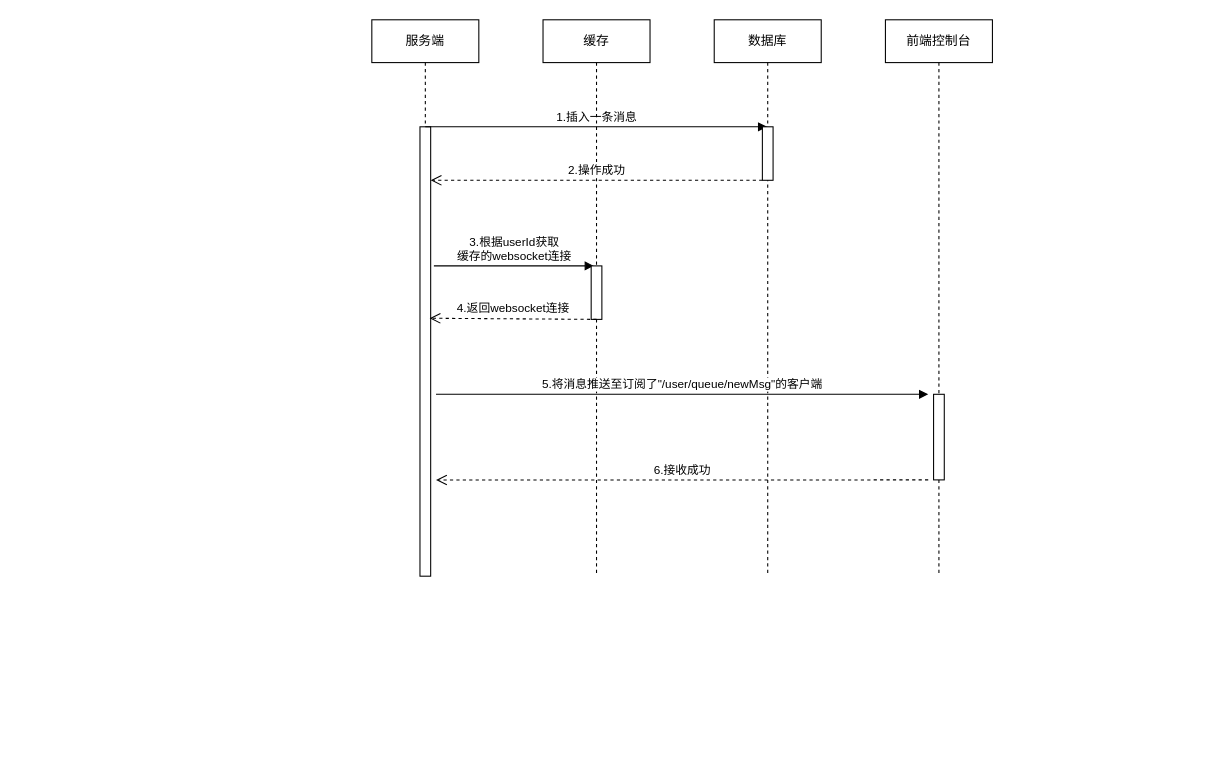
iceAcmen/myDesign keeps this draw.io diagram as page "后端推送" (2 of 3) of websocket消息推送设计.drawio. Above is the earlier version. Source tidied: cells renumbered, new cells numbered last; positions are measured from the earlier drawing's top-left corner, leaving out a move shared by most shapes. Both pictures are drawn from the tidied source at 107%, with x=0, y=0 at pixel (371, 19).
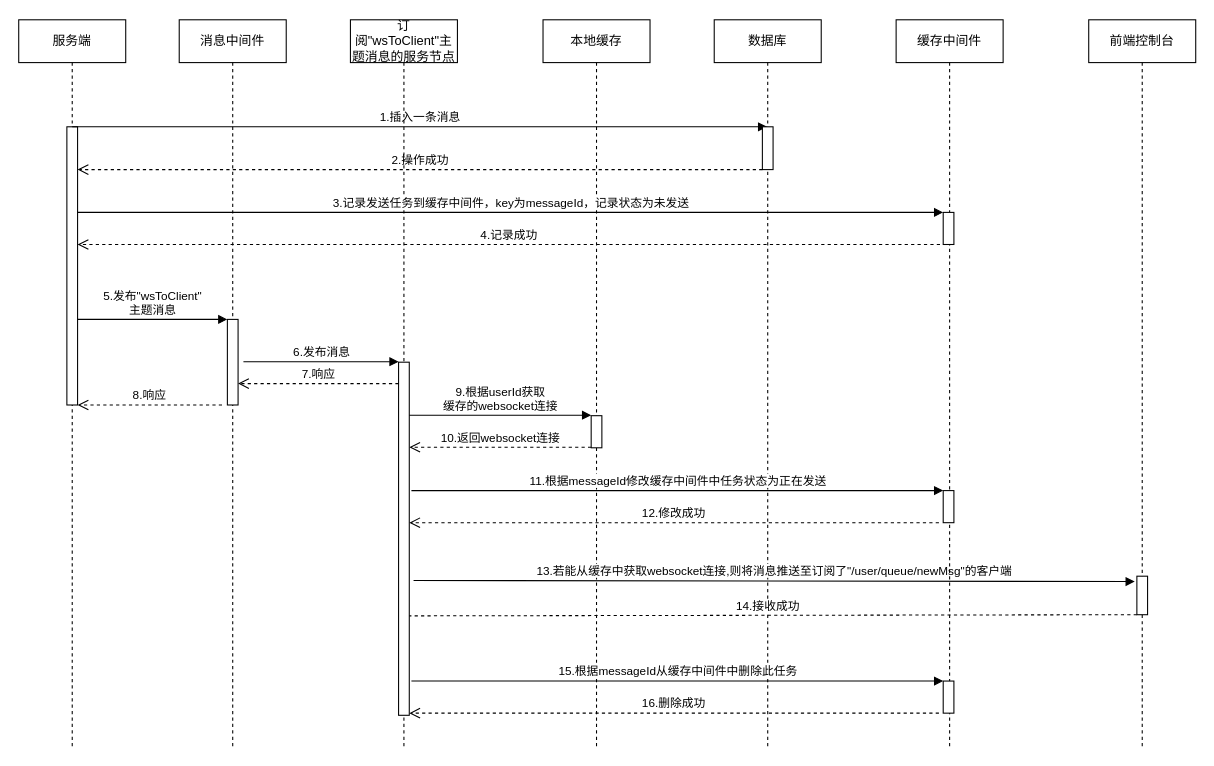
The same page after the edit.

Diff of the diagram source:
```diff
@@
     <mxCell id="2" value="前端控制台" style="shape=umlLifeline;perimeter=lifelinePerimeter;whiteSpace=wrap;html=1;" parent="1" vertex="1">
-      <mxGeometry x="480" width="100" height="520" as="geometry" />
+      <mxGeometry x="670" width="100" height="680" as="geometry" />
     </mxCell>
     <mxCell id="3" style="html=1;points=[];perimeter=orthogonalPerimeter;" parent="2" vertex="1">
-      <mxGeometry x="45" y="350" width="10" height="80" as="geometry" />
+      <mxGeometry x="45" y="520" width="10" height="36" as="geometry" />
     </mxCell>
     <mxCell id="4" value="服务端" style="shape=umlLifeline;perimeter=lifelinePerimeter;whiteSpace=wrap;html=1;" parent="1" vertex="1">
-      <mxGeometry width="100" height="520" as="geometry" />
+      <mxGeometry x="-330" width="100" height="680" as="geometry" />
     </mxCell>
     <mxCell id="5" style="html=1;points=[];perimeter=orthogonalPerimeter;" parent="4" vertex="1">
-      <mxGeometry x="45" y="100" width="10" height="420" as="geometry" />
+      <mxGeometry x="45" y="100" width="10" height="260" as="geometry" />
     </mxCell>
@@
-    <mxCell id="7" value="3.根据userId获取&lt;br&gt;缓存的websocket连接" style="html=1;verticalAlign=bottom;endArrow=block;" parent="4" edge="1">
-      <mxGeometry relative="1" as="geometry">
-        <mxPoint x="58" y="230" as="sourcePoint" />
-        <mxPoint x="207.5" y="230" as="targetPoint" />
-      </mxGeometry>
-    </mxCell>
-    <mxCell id="8" value="缓存" style="shape=umlLifeline;perimeter=lifelinePerimeter;whiteSpace=wrap;html=1;" parent="1" vertex="1">
-      <mxGeometry x="160" width="100" height="520" as="geometry" />
+    <mxCell id="8" value="本地缓存" style="shape=umlLifeline;perimeter=lifelinePerimeter;whiteSpace=wrap;html=1;" parent="1" vertex="1">
+      <mxGeometry x="160" width="100" height="680" as="geometry" />
     </mxCell>
-    <mxCell id="9" style="html=1;perimeter=orthogonalPerimeter;" parent="8" vertex="1">
-      <mxGeometry x="45" y="230" width="10" height="50" as="geometry" />
-    </mxCell>
     <mxCell id="10" value="数据库" style="shape=umlLifeline;perimeter=lifelinePerimeter;whiteSpace=wrap;html=1;outlineConnect=0;" parent="1" vertex="1">
-      <mxGeometry x="320" width="100" height="520" as="geometry" />
+      <mxGeometry x="320" width="100" height="680" as="geometry" />
     </mxCell>
     <mxCell id="11" style="html=1;perimeter=orthogonalPerimeter;" parent="10" vertex="1">
-      <mxGeometry x="45" y="100" width="10" height="50" as="geometry" />
+      <mxGeometry x="45" y="100" width="10" height="40" as="geometry" />
     </mxCell>
     <mxCell id="12" value="2.操作成功" style="html=1;verticalAlign=bottom;endArrow=open;dashed=1;endSize=8;" parent="1" edge="1">
       <mxGeometry relative="1" as="geometry">
-        <mxPoint x="365" y="150" as="sourcePoint" />
-        <mxPoint x="55" y="150" as="targetPoint" />
+        <mxPoint x="365" y="140" as="sourcePoint" />
+        <mxPoint x="-275" y="140" as="targetPoint" />
       </mxGeometry>
     </mxCell>
-    <mxCell id="13" value="4.返回websocket连接" style="html=1;verticalAlign=bottom;endArrow=open;dashed=1;endSize=8;entryX=0.9;entryY=0.426;entryDx=0;entryDy=0;entryPerimeter=0;" parent="1" edge="1" target="5">
+    <mxCell id="13" value="10.返回websocket连接" style="html=1;verticalAlign=bottom;endArrow=open;dashed=1;endSize=8;" parent="1" edge="1">
       <mxGeometry relative="1" as="geometry">
-        <mxPoint x="210" y="280" as="sourcePoint" />
+        <mxPoint x="205" y="399.5" as="sourcePoint" />
+        <mxPoint x="35" y="399.5" as="targetPoint" />
       </mxGeometry>
     </mxCell>
-    <mxCell id="14" value="5.将消息推送至订阅了&quot;/user/queue/newMsg&quot;的客户端" style="html=1;verticalAlign=bottom;endArrow=block;" parent="1" edge="1">
+    <mxCell id="14" value="13.若能从缓存中获取websocket连接,则将消息推送至订阅了&quot;/user/queue/newMsg&quot;的客户端" style="html=1;verticalAlign=bottom;endArrow=block;entryX=-0.5;entryY=0.139;entryDx=0;entryDy=0;entryPerimeter=0;" parent="1" edge="1">
       <mxGeometry relative="1" as="geometry">
-        <mxPoint x="60" y="350" as="sourcePoint" />
-        <mxPoint x="520" y="350" as="targetPoint" />
+        <mxPoint x="39" y="524" as="sourcePoint" />
+        <mxPoint x="713" y="525" as="targetPoint" />
       </mxGeometry>
     </mxCell>
-    <mxCell id="15" value="6.接收成功" style="html=1;verticalAlign=bottom;endArrow=open;dashed=1;endSize=8;entryX=1.5;entryY=0.786;entryDx=0;entryDy=0;entryPerimeter=0;" parent="1" edge="1" target="5">
+    <mxCell id="15" value="14.接收成功" style="html=1;verticalAlign=bottom;endArrow=open;dashed=1;endSize=8;entryX=0.9;entryY=0.767;entryDx=0;entryDy=0;entryPerimeter=0;" parent="1" edge="1" source="3">
       <mxGeometry relative="1" as="geometry">
-        <mxPoint x="520" y="430" as="sourcePoint" />
+        <mxPoint x="24.5" y="557.1" as="targetPoint" />
       </mxGeometry>
     </mxCell>
+    <mxCell id="16" value="消息中间件" style="shape=umlLifeline;perimeter=lifelinePerimeter;whiteSpace=wrap;html=1;" parent="1" vertex="1">
+      <mxGeometry x="-180" width="100" height="680" as="geometry" />
+    </mxCell>
+    <mxCell id="17" style="html=1;perimeter=orthogonalPerimeter;" parent="16" vertex="1">
+      <mxGeometry x="45" y="280" width="10" height="80" as="geometry" />
+    </mxCell>
+    <mxCell id="18" value="订阅&quot;wsToClient&quot;主题消息的服务节点" style="shape=umlLifeline;perimeter=lifelinePerimeter;whiteSpace=wrap;html=1;" parent="1" vertex="1">
+      <mxGeometry x="-20" width="100" height="680" as="geometry" />
+    </mxCell>
+    <mxCell id="19" style="html=1;perimeter=orthogonalPerimeter;" parent="18" vertex="1">
+      <mxGeometry x="45" y="320" width="10" height="330" as="geometry" />
+    </mxCell>
+    <mxCell id="7" value="9.根据userId获取&lt;br&gt;缓存的websocket连接" style="html=1;verticalAlign=bottom;endArrow=block;" parent="1" edge="1">
+      <mxGeometry relative="1" as="geometry">
+        <mxPoint x="35" y="369.5" as="sourcePoint" />
+        <mxPoint x="205" y="369.5" as="targetPoint" />
+      </mxGeometry>
+    </mxCell>
+    <mxCell id="20" value="5.发布&quot;wsToClient&quot;&lt;br&gt;主题消息" style="html=1;verticalAlign=bottom;endArrow=block;" parent="1" edge="1">
+      <mxGeometry relative="1" as="geometry">
+        <mxPoint x="-275" y="280" as="sourcePoint" />
+        <mxPoint x="-135" y="280" as="targetPoint" />
+      </mxGeometry>
+    </mxCell>
+    <mxCell id="21" value="8.响应" style="html=1;verticalAlign=bottom;endArrow=open;dashed=1;endSize=8;" parent="1" edge="1">
+      <mxGeometry relative="1" as="geometry">
+        <mxPoint x="-140" y="360" as="sourcePoint" />
+        <mxPoint x="-275" y="360" as="targetPoint" />
+      </mxGeometry>
+    </mxCell>
+    <mxCell id="22" value="缓存中间件" style="shape=umlLifeline;perimeter=lifelinePerimeter;whiteSpace=wrap;html=1;" parent="1" vertex="1">
+      <mxGeometry x="490" width="100" height="680" as="geometry" />
+    </mxCell>
+    <mxCell id="23" style="html=1;perimeter=orthogonalPerimeter;" parent="22" vertex="1">
+      <mxGeometry x="44" y="180" width="10" height="30" as="geometry" />
+    </mxCell>
+    <mxCell id="24" value="15.根据messageId从缓存中间件中删除此任务" style="html=1;verticalAlign=bottom;endArrow=block;" parent="22" edge="1" target="26">
+      <mxGeometry relative="1" as="geometry">
+        <mxPoint x="-453" y="618" as="sourcePoint" />
+      </mxGeometry>
+    </mxCell>
+    <mxCell id="25" value="16.删除成功" style="html=1;verticalAlign=bottom;endArrow=open;dashed=1;endSize=8;" parent="22" edge="1">
+      <mxGeometry relative="1" as="geometry">
+        <mxPoint x="40" y="648" as="sourcePoint" />
+        <mxPoint x="-455" y="648" as="targetPoint" />
+      </mxGeometry>
+    </mxCell>
+    <mxCell id="26" style="html=1;points=[];perimeter=orthogonalPerimeter;" parent="22" vertex="1">
+      <mxGeometry x="44" y="618" width="10" height="30" as="geometry" />
+    </mxCell>
+    <mxCell id="27" value="11.根据messageId修改缓存中间件中任务状态为正在发送" style="html=1;verticalAlign=bottom;endArrow=block;" parent="22" edge="1" target="29">
+      <mxGeometry relative="1" as="geometry">
+        <mxPoint x="-453" y="440" as="sourcePoint" />
+      </mxGeometry>
+    </mxCell>
+    <mxCell id="28" value="12.修改成功" style="html=1;verticalAlign=bottom;endArrow=open;dashed=1;endSize=8;" parent="22" edge="1">
+      <mxGeometry relative="1" as="geometry">
+        <mxPoint x="40" y="470" as="sourcePoint" />
+        <mxPoint x="-455" y="470" as="targetPoint" />
+      </mxGeometry>
+    </mxCell>
+    <mxCell id="29" style="html=1;points=[];perimeter=orthogonalPerimeter;" parent="22" vertex="1">
+      <mxGeometry x="44" y="440" width="10" height="30" as="geometry" />
+    </mxCell>
+    <mxCell id="30" value="6.发布消息" style="html=1;verticalAlign=bottom;endArrow=block;" parent="1" edge="1">
+      <mxGeometry relative="1" as="geometry">
+        <mxPoint x="-120" y="319.5" as="sourcePoint" />
+        <mxPoint x="25" y="319.5" as="targetPoint" />
+      </mxGeometry>
+    </mxCell>
+    <mxCell id="31" value="7.响应" style="html=1;verticalAlign=bottom;endArrow=open;dashed=1;endSize=8;" parent="1" edge="1">
+      <mxGeometry relative="1" as="geometry">
+        <mxPoint x="25" y="340" as="sourcePoint" />
+        <mxPoint x="-125" y="340" as="targetPoint" />
+      </mxGeometry>
+    </mxCell>
+    <mxCell id="32" value="3.记录发送任务到缓存中间件，key为messageId，记录状态为未发送" style="html=1;verticalAlign=bottom;endArrow=block;" parent="1" edge="1" source="5">
+      <mxGeometry relative="1" as="geometry">
+        <mxPoint x="534" y="180" as="targetPoint" />
+      </mxGeometry>
+    </mxCell>
+    <mxCell id="33" value="4.记录成功" style="html=1;verticalAlign=bottom;endArrow=open;dashed=1;endSize=8;" parent="1" edge="1" target="5">
+      <mxGeometry relative="1" as="geometry">
+        <mxPoint x="531" y="210" as="sourcePoint" />
+      </mxGeometry>
+    </mxCell>
+    <mxCell id="9" style="html=1;perimeter=orthogonalPerimeter;" parent="1" vertex="1">
+      <mxGeometry x="205" y="370" width="10" height="30" as="geometry" />
+    </mxCell>
```
